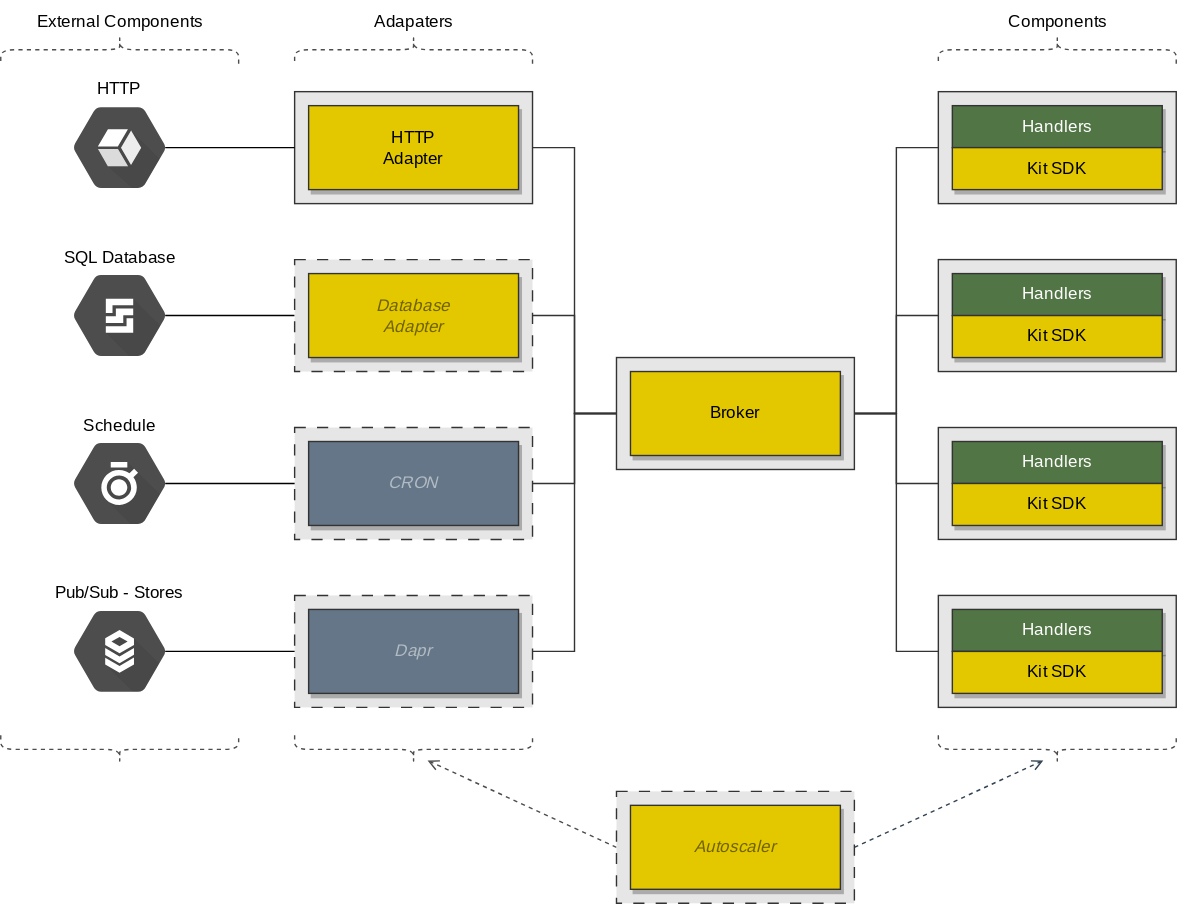
Above: docs/diagrams/overview.svg in xigxog/kubefox (draw.io), before the change. Source tidied: cells renumbered, new cells last; positions are measured from the earlier drawing's top-left corner, leaving out a move shared by most shapes.
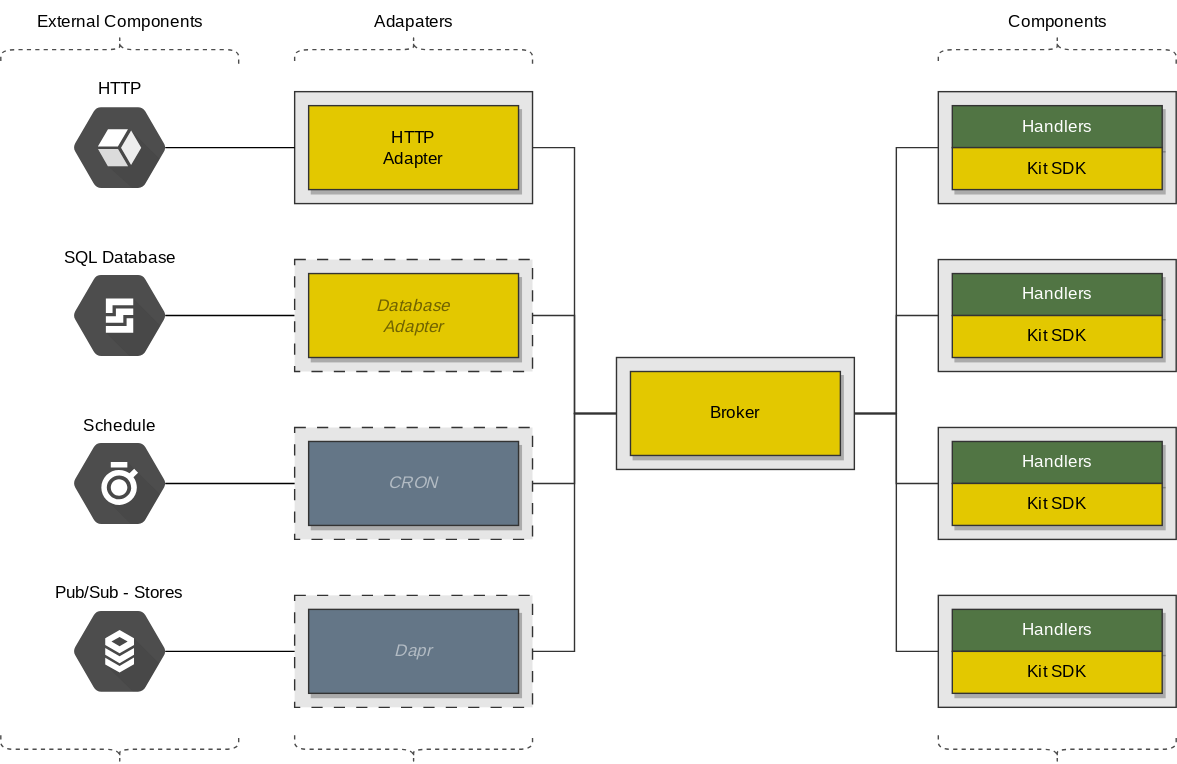
The same file after the commit.

Commit message:
updated design diagrams

What changed in the source:
```diff
@@ -17,16 +17,6 @@
     <mxCell id="6" value="HTTP" style="sketch=0;fillColor=#4D4D4D;strokeColor=none;verticalAlign=bottom;labelPosition=center;verticalLabelPosition=top;align=center;spacingTop=0;fontSize=12;fontStyle=0;fontColor=#000000;shape=mxgraph.gcp2.hexIcon;prIcon=stackdriver;rounded=1;shadow=0;glass=0;fontFamily=Source Code Pro;spacingBottom=-10;labelBackgroundColor=none;fontSource=https%3A%2F%2Ffonts.googleapis.com%2Fcss%3Ffamily%3DSource%2BCode%2BPro;" parent="1" vertex="1">
       <mxGeometry x="30" y="112.5" width="100" height="85" as="geometry" />
     </mxCell>
-    <mxCell id="7" style="rounded=0;jettySize=auto;html=1;exitX=1;exitY=0.5;exitDx=0;exitDy=0;dashed=1;fontFamily=Source Code Pro;fontSize=12;fontColor=#000000;endArrow=open;endFill=0;strokeColor=#314354;fillColor=#647687;textOpacity=50;labelBackgroundColor=none;fontSource=https%3A%2F%2Ffonts.googleapis.com%2Fcss%3Ffamily%3DSource%2BCode%2BPro;entryX=0.1;entryY=0.5;entryDx=0;entryDy=0;entryPerimeter=0;" parent="1" edge="1" source="50">
-      <mxGeometry relative="1" as="geometry">
-        <mxPoint x="740" y="593" as="targetPoint" />
-      </mxGeometry>
-    </mxCell>
-    <mxCell id="8" style="rounded=1;jettySize=auto;html=1;dashed=1;fontColor=#000000;endArrow=open;endFill=0;strokeColor=#4D4D4D;fillColor=#B2C9AB;sketch=0;fontFamily=Source Code Pro;fontSize=12;fontStyle=2;exitX=0;exitY=0.5;exitDx=0;exitDy=0;textOpacity=50;labelBackgroundColor=none;fontSource=https%3A%2F%2Ffonts.googleapis.com%2Fcss%3Ffamily%3DSource%2BCode%2BPro;entryX=0.1;entryY=0.5;entryDx=0;entryDy=0;entryPerimeter=0;endSize=6;" parent="1" edge="1" source="50">
-      <mxGeometry x="0.13" y="24" relative="1" as="geometry">
-        <mxPoint x="300" y="593" as="targetPoint" />
-      </mxGeometry>
-    </mxCell>
     <mxCell id="9" value="Pub/Sub - Stores" style="sketch=0;fillColor=#4D4D4D;strokeColor=none;verticalAlign=bottom;labelPosition=center;verticalLabelPosition=top;align=center;spacingTop=0;fontSize=12;fontStyle=0;fontColor=#000000;shape=mxgraph.gcp2.hexIcon;prIcon=cloud_sql;fontFamily=Source Code Pro;spacingBottom=-10;labelBackgroundColor=none;fontSource=https%3A%2F%2Ffonts.googleapis.com%2Fcss%3Ffamily%3DSource%2BCode%2BPro;" parent="1" vertex="1">
       <mxGeometry x="30" y="472.5" width="100" height="85" as="geometry" />
     </mxCell>
@@ -150,12 +140,6 @@
     <mxCell id="49" style="rounded=0;jettySize=auto;html=1;exitX=1;exitY=0.5;exitDx=0;exitDy=0;entryX=0;entryY=0.5;entryDx=0;entryDy=0;fontFamily=Source Code Pro;fontSize=12;fontColor=#000000;endArrow=none;endFill=0;strokeColor=#333333;fillColor=#647687;labelBackgroundColor=none;fontSource=https%3A%2F%2Ffonts.googleapis.com%2Fcss%3Ffamily%3DSource%2BCode%2BPro;edgeStyle=elbowEdgeStyle;" parent="1" edge="1" source="38" target="2">
       <mxGeometry relative="1" as="geometry" />
     </mxCell>
-    <mxCell id="50" style="rounded=0;whiteSpace=wrap;html=1;strokeColor=#333333;fillColor=#E6E6E6;verticalAlign=top;fontFamily=Source Code Pro;fontSize=12;labelPosition=center;verticalLabelPosition=bottom;align=center;spacingLeft=4;sketch=0;dashed=1;fontColor=#000000;labelBackgroundColor=none;fontSource=https%3A%2F%2Ffonts.googleapis.com%2Fcss%3Ffamily%3DSource%2BCode%2BPro;dashPattern=8 8;" parent="1" vertex="1">
-      <mxGeometry x="435" y="615" width="170" height="80" as="geometry" />
-    </mxCell>
-    <mxCell id="51" value="Autoscaler" style="rounded=0;whiteSpace=wrap;html=1;strokeColor=#333333;fillColor=#e3c800;verticalAlign=middle;fontFamily=Source Code Pro;fontSize=12;fontColor=#000000;spacingLeft=0;spacingTop=0;spacingBottom=0;spacing=2;shadow=1;labelBackgroundColor=none;fontSource=https%3A%2F%2Ffonts.googleapis.com%2Fcss%3Ffamily%3DSource%2BCode%2BPro;fontStyle=2;textOpacity=50;" parent="1" vertex="1">
-      <mxGeometry x="445" y="625" width="150" height="60" as="geometry" />
-    </mxCell>
     <mxCell id="52" value="Broker" style="rounded=0;whiteSpace=wrap;html=1;strokeColor=#333333;fillColor=#e3c800;verticalAlign=middle;fontFamily=Source Code Pro;fontSize=12;fontColor=#000000;shadow=1;labelBackgroundColor=none;fontSource=https%3A%2F%2Ffonts.googleapis.com%2Fcss%3Ffamily%3DSource%2BCode%2BPro;spacingLeft=0;spacingTop=0;spacingBottom=0;spacing=2;" parent="1" vertex="1">
       <mxGeometry x="445" y="315" width="150" height="60" as="geometry" />
     </mxCell>
```
